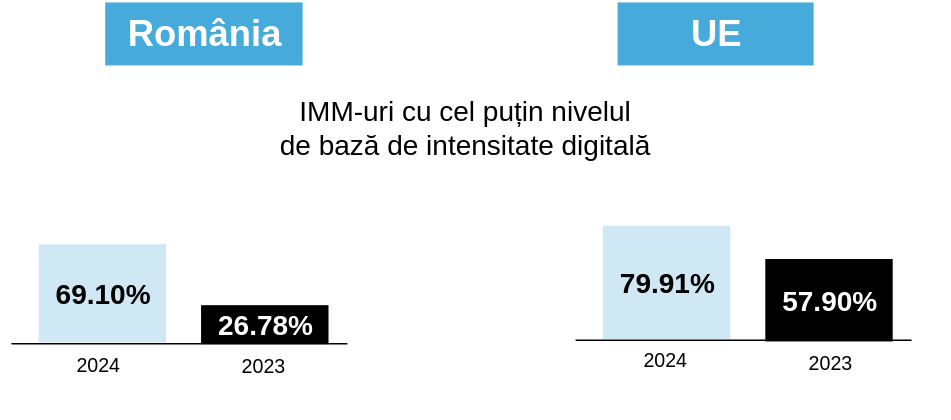
Earlier version of the draw.io export imagini/IMM-Desi.svg (CozminaSecula/IA-Intro-Public). Source tidied: cells renumbered, new cells last; positions are measured from the earlier drawing's top-left corner, leaving out a move shared by most shapes.
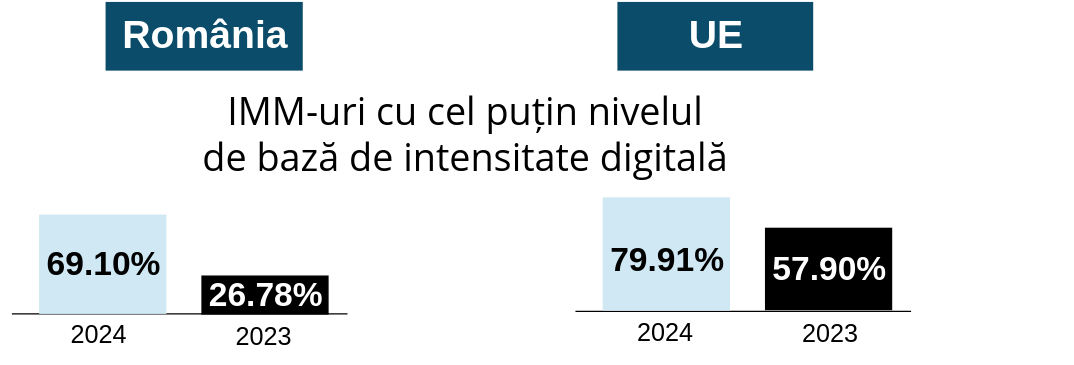
The same file after the commit.

Diff of the diagram source:
```diff
@@ -3,52 +3,52 @@
     <mxCell id="0" />
     <mxCell id="1" parent="0" />
     <mxCell id="2" style="group;" parent="1" vertex="1">
-      <mxGeometry width="678.5" height="300" as="geometry" />
+      <mxGeometry width="766.5" height="250" as="geometry" />
     </mxCell>
     <mxCell id="3" style="endArrow=none;html=1;rounded=0;" parent="2" edge="1">
       <mxGeometry relative="1" as="geometry">
-        <mxPoint x="7.5" y="245" as="sourcePoint" />
-        <mxPoint x="247.5" y="245" as="targetPoint" />
+        <mxPoint x="7.5" y="223.9" as="sourcePoint" />
+        <mxPoint x="247.5" y="223.9" as="targetPoint" />
       </mxGeometry>
     </mxCell>
-    <mxCell id="4" value="&lt;font style=&quot;font-size: 20px;&quot;&gt;&lt;b style=&quot;&quot;&gt;69.10%&lt;/b&gt;&lt;/font&gt;" style="whiteSpace=wrap;html=1;fillColor=#CFE8F3;strokeColor=#CFE8F3;" parent="2" vertex="1">
-      <mxGeometry x="27.5" y="174.5" width="90" height="69.1" as="geometry" />
+    <mxCell id="4" value="&lt;font style=&quot;font-size: 24px;&quot;&gt;&lt;b style=&quot;&quot;&gt;69.10%&lt;/b&gt;&lt;/font&gt;" style="whiteSpace=wrap;html=1;fillColor=#CFE8F3;strokeColor=#CFE8F3;" parent="2" vertex="1">
+      <mxGeometry x="27.5" y="153.5" width="90" height="70" as="geometry" />
     </mxCell>
-    <mxCell id="5" value="&lt;font style=&quot;color: rgb(255, 255, 255); font-size: 20px;&quot;&gt;&lt;b style=&quot;&quot;&gt;26.78%&lt;/b&gt;&lt;/font&gt;" style="whiteSpace=wrap;html=1;fillColor=#000000;" parent="2" vertex="1">
-      <mxGeometry x="143.5" y="218" width="90" height="26.8" as="geometry" />
+    <mxCell id="5" value="&lt;font style=&quot;color: rgb(255, 255, 255); font-size: 24px;&quot;&gt;&lt;b style=&quot;&quot;&gt;26.78%&lt;/b&gt;&lt;/font&gt;" style="whiteSpace=wrap;html=1;fillColor=#000000;" parent="2" vertex="1">
+      <mxGeometry x="143.5" y="197" width="90" height="27" as="geometry" />
     </mxCell>
-    <mxCell id="6" value="&lt;font&gt;&lt;span&gt;2024&lt;/span&gt;&lt;/font&gt;" style="text;html=1;align=center;verticalAlign=middle;strokeColor=none;fillColor=none;fontStyle=0;fontSize=14;" parent="2" vertex="1">
-      <mxGeometry x="43.5" y="244.8" width="50" height="30" as="geometry" />
+    <mxCell id="6" value="&lt;font&gt;&lt;span&gt;2024&lt;/span&gt;&lt;/font&gt;" style="text;html=1;align=center;verticalAlign=middle;strokeColor=none;fillColor=none;fontStyle=0;fontSize=18;" parent="2" vertex="1">
+      <mxGeometry x="38.5" y="219.2" width="60" height="40" as="geometry" />
     </mxCell>
-    <mxCell id="7" value="&lt;span&gt;&lt;span&gt;2023&lt;/span&gt;&lt;/span&gt;" style="text;html=1;align=center;verticalAlign=middle;strokeColor=none;fillColor=none;fontStyle=0;fontSize=14;" parent="2" vertex="1">
-      <mxGeometry x="161.5" y="246.2" width="50" height="30" as="geometry" />
+    <mxCell id="7" value="&lt;span&gt;&lt;span&gt;2023&lt;/span&gt;&lt;/span&gt;" style="text;html=1;align=center;verticalAlign=middle;strokeColor=none;fillColor=none;fontStyle=0;fontSize=18;" parent="2" vertex="1">
+      <mxGeometry x="156.5" y="220.3" width="60" height="40" as="geometry" />
     </mxCell>
     <mxCell id="8" style="endArrow=none;html=1;rounded=0;" parent="2" edge="1">
       <mxGeometry relative="1" as="geometry">
-        <mxPoint x="410.5" y="242.5" as="sourcePoint" />
-        <mxPoint x="650.5" y="242.5" as="targetPoint" />
+        <mxPoint x="410.5" y="222.2" as="sourcePoint" />
+        <mxPoint x="650.5" y="222.2" as="targetPoint" />
       </mxGeometry>
     </mxCell>
-    <mxCell id="9" value="&lt;div&gt;&lt;font style=&quot;font-size: 18px;&quot;&gt;&lt;b&gt;&lt;br&gt;&lt;/b&gt;&lt;/font&gt;&lt;/div&gt;&lt;font style=&quot;font-size: 20px;&quot;&gt;&lt;b style=&quot;&quot;&gt;79.91%&lt;/b&gt;&lt;/font&gt;&lt;div&gt;&lt;font style=&quot;font-size: 18px;&quot;&gt;&lt;b&gt;&lt;br&gt;&lt;/b&gt;&lt;/font&gt;&lt;/div&gt;" style="whiteSpace=wrap;html=1;fillColor=#CFE8F3;strokeColor=#CFE8F3;align=center;" parent="2" vertex="1">
-      <mxGeometry x="430.5" y="161.2" width="90" height="79.9" as="geometry" />
+    <mxCell id="9" value="&lt;div&gt;&lt;font style=&quot;font-size: 24px;&quot;&gt;&lt;b style=&quot;&quot;&gt;&lt;br&gt;&lt;/b&gt;&lt;/font&gt;&lt;/div&gt;&lt;font style=&quot;font-size: 24px;&quot;&gt;&lt;b style=&quot;&quot;&gt;79.91%&lt;/b&gt;&lt;/font&gt;&lt;div&gt;&lt;font style=&quot;font-size: 18px;&quot;&gt;&lt;b&gt;&lt;br&gt;&lt;/b&gt;&lt;/font&gt;&lt;/div&gt;" style="whiteSpace=wrap;html=1;fillColor=#CFE8F3;strokeColor=#CFE8F3;align=center;" parent="2" vertex="1">
+      <mxGeometry x="430.5" y="141.2" width="90" height="80" as="geometry" />
     </mxCell>
-    <mxCell id="10" value="&lt;font style=&quot;color: rgb(255, 255, 255); font-size: 20px;&quot;&gt;&lt;b style=&quot;&quot;&gt;57.90%&lt;/b&gt;&lt;/font&gt;" style="whiteSpace=wrap;html=1;fillColor=#000000;" parent="2" vertex="1">
-      <mxGeometry x="546.5" y="185" width="90" height="57.9" as="geometry" />
+    <mxCell id="10" value="&lt;font style=&quot;color: rgb(255, 255, 255); font-size: 24px;&quot;&gt;&lt;b style=&quot;&quot;&gt;57.90%&lt;/b&gt;&lt;/font&gt;" style="whiteSpace=wrap;html=1;fillColor=#000000;" parent="2" vertex="1">
+      <mxGeometry x="546.5" y="162.8" width="90" height="58" as="geometry" />
     </mxCell>
-    <mxCell id="11" value="&lt;font&gt;&lt;span&gt;2024&lt;/span&gt;&lt;/font&gt;" style="text;html=1;align=center;verticalAlign=middle;strokeColor=none;fillColor=none;fontStyle=0;fontSize=14;" parent="2" vertex="1">
-      <mxGeometry x="448.5" y="242.2" width="50" height="30" as="geometry" />
+    <mxCell id="11" value="&lt;font&gt;&lt;span&gt;2024&lt;/span&gt;&lt;/font&gt;" style="text;html=1;align=center;verticalAlign=middle;strokeColor=none;fillColor=none;fontStyle=0;fontSize=18;" parent="2" vertex="1">
+      <mxGeometry x="443.5" y="217.5" width="60" height="40" as="geometry" />
     </mxCell>
-    <mxCell id="12" value="&lt;span&gt;&lt;span&gt;2023&lt;/span&gt;&lt;/span&gt;" style="text;html=1;align=center;verticalAlign=middle;strokeColor=none;fillColor=none;fontStyle=0;fontSize=14;" parent="2" vertex="1">
-      <mxGeometry x="566.5" y="243.8" width="50" height="30" as="geometry" />
+    <mxCell id="12" value="&lt;span&gt;&lt;span&gt;2023&lt;/span&gt;&lt;/span&gt;" style="text;html=1;align=center;verticalAlign=middle;strokeColor=none;fillColor=none;fontStyle=0;fontSize=18;" parent="2" vertex="1">
+      <mxGeometry x="561.5" y="217.5" width="60" height="40" as="geometry" />
     </mxCell>
-    <mxCell id="13" value="UE" style="text;whiteSpace=wrap;html=1;fontSize=26;fontStyle=1;align=center;fillColor=#46ABDB;fontColor=#FFFFFF;" parent="2" vertex="1">
-      <mxGeometry x="440.5" y="1.2" width="140" height="45" as="geometry" />
+    <mxCell id="13" value="&lt;font style=&quot;font-size: 28px;&quot;&gt;UE&lt;/font&gt;" style="text;whiteSpace=wrap;html=1;fontSize=26;fontStyle=1;align=center;fillColor=#0A4C6A;fontColor=#FFFFFF;" parent="2" vertex="1">
+      <mxGeometry x="440.5" y="0.9" width="140" height="49.1" as="geometry" />
     </mxCell>
-    <mxCell id="14" value="&lt;font style=&quot;color: rgb(255, 255, 255);&quot;&gt;România&lt;/font&gt;" style="text;whiteSpace=wrap;html=1;fontSize=26;fontStyle=1;align=center;fillColor=#46ABDB;labelBackgroundColor=none;" parent="2" vertex="1">
-      <mxGeometry x="74.5" y="1.2" width="141" height="45" as="geometry" />
+    <mxCell id="14" value="&lt;font style=&quot;color: rgb(255, 255, 255); font-size: 28px;&quot;&gt;România&lt;/font&gt;" style="text;whiteSpace=wrap;html=1;fontSize=26;fontStyle=1;align=center;fillColor=#0A4C6A;labelBackgroundColor=none;" parent="2" vertex="1">
+      <mxGeometry x="74.5" y="0.9" width="141" height="49.1" as="geometry" />
     </mxCell>
-    <mxCell id="15" value="IMM-uri cu cel puțin nivelul&lt;div&gt;de bază de intensitate digitală&lt;/div&gt;" style="text;html=1;align=center;verticalAlign=middle;strokeColor=none;fillColor=none;fontSize=20;" parent="2" vertex="1">
-      <mxGeometry x="186.2" y="60" width="290" height="60" as="geometry" />
+    <mxCell id="15" value="&lt;font face=&quot;Open Sans&quot; style=&quot;font-size: 27px;&quot;&gt;IMM-uri cu cel puțin nivelul&lt;/font&gt;&lt;div&gt;&lt;font face=&quot;Open Sans&quot; style=&quot;font-size: 27px;&quot;&gt;de bază de intensitate digitală&lt;/font&gt;&lt;/div&gt;" style="text;html=1;align=center;verticalAlign=middle;strokeColor=none;fillColor=none;fontSize=20;" parent="2" vertex="1">
+      <mxGeometry x="131.2" y="54.5" width="400" height="80" as="geometry" />
     </mxCell>
   </root>
 </mxGraphModel>
```
